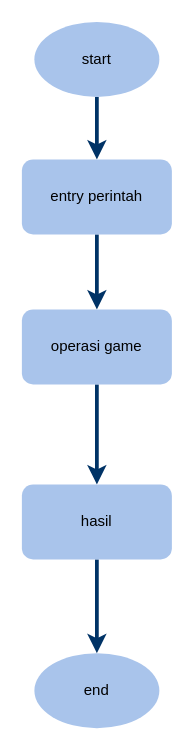
Before: page "sistem" (3 of 4) of sistem Diagram.drawio in novianh/database-smt-1, a draw.io diagram. Source tidied: cells renumbered, new cells numbered last; positions are measured from the earlier drawing's top-left corner, leaving out a move shared by most shapes. Both pictures are drawn from the tidied source at 125%, with x=0, y=0 at pixel (21, 21).
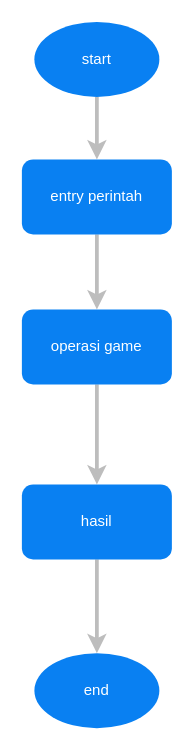
Above is the later version.

What changed in the source:
```diff
@@
 <mxGraphModel>
   <root>
     <mxCell id="0" />
     <mxCell id="1" parent="0" />
-    <mxCell id="2" style="edgeStyle=orthogonalEdgeStyle;jettySize=auto;html=1;strokeColor=#003366;rounded=1;strokeWidth=3;" parent="1" edge="1" source="3" target="6">
+    <mxCell id="2" style="edgeStyle=orthogonalEdgeStyle;jettySize=auto;html=1;rounded=1;strokeWidth=3;fontColor=#FFFFFF;strokeColor=#BDBDBD;" parent="1" edge="1" source="3" target="6">
       <mxGeometry relative="1" as="geometry" />
     </mxCell>
-    <mxCell id="3" value="start" style="strokeWidth=2;html=1;shape=mxgraph.flowchart.start_1;whiteSpace=wrap;fillColor=#A9C4EB;strokeColor=none;" parent="1" vertex="1">
+    <mxCell id="3" value="start" style="strokeWidth=2;html=1;shape=mxgraph.flowchart.start_1;whiteSpace=wrap;strokeColor=none;fillColor=#0980F2;fontColor=#FFFFFF;" parent="1" vertex="1">
       <mxGeometry x="10" width="100" height="60" as="geometry" />
     </mxCell>
-    <mxCell id="4" value="end" style="strokeWidth=2;html=1;shape=mxgraph.flowchart.start_1;whiteSpace=wrap;fillColor=#A9C4EB;strokeColor=none;" parent="1" vertex="1">
+    <mxCell id="4" value="end" style="strokeWidth=2;html=1;shape=mxgraph.flowchart.start_1;whiteSpace=wrap;strokeColor=none;fillColor=#0980F2;fontColor=#FFFFFF;" parent="1" vertex="1">
       <mxGeometry x="10" y="505" width="100" height="60" as="geometry" />
     </mxCell>
-    <mxCell id="5" style="edgeStyle=orthogonalEdgeStyle;jettySize=auto;html=1;strokeColor=#003366;rounded=1;strokeWidth=3;" parent="1" edge="1" source="6" target="8">
+    <mxCell id="5" style="edgeStyle=orthogonalEdgeStyle;jettySize=auto;html=1;rounded=1;strokeWidth=3;fontColor=#FFFFFF;strokeColor=#BDBDBD;" parent="1" edge="1" source="6" target="8">
       <mxGeometry relative="1" as="geometry" />
     </mxCell>
-    <mxCell id="6" value="entry perintah" style="rounded=1;whiteSpace=wrap;html=1;fillColor=#A9C4EB;strokeColor=none;" parent="1" vertex="1">
+    <mxCell id="6" value="entry perintah" style="rounded=1;whiteSpace=wrap;html=1;strokeColor=none;fillColor=#0980F2;fontColor=#FFFFFF;" parent="1" vertex="1">
       <mxGeometry y="110" width="120" height="60" as="geometry" />
     </mxCell>
-    <mxCell id="7" style="edgeStyle=orthogonalEdgeStyle;jettySize=auto;html=1;strokeColor=#003366;rounded=1;strokeWidth=3;" parent="1" edge="1" source="8" target="10">
+    <mxCell id="7" style="edgeStyle=orthogonalEdgeStyle;jettySize=auto;html=1;rounded=1;strokeWidth=3;fontColor=#FFFFFF;strokeColor=#BDBDBD;" parent="1" edge="1" source="8" target="10">
       <mxGeometry relative="1" as="geometry" />
     </mxCell>
-    <mxCell id="8" value="operasi game" style="rounded=1;whiteSpace=wrap;html=1;fillColor=#A9C4EB;strokeColor=none;" parent="1" vertex="1">
+    <mxCell id="8" value="operasi game" style="rounded=1;whiteSpace=wrap;html=1;strokeColor=none;fillColor=#0980F2;fontColor=#FFFFFF;" parent="1" vertex="1">
       <mxGeometry y="230" width="120" height="60" as="geometry" />
     </mxCell>
-    <mxCell id="9" style="edgeStyle=orthogonalEdgeStyle;jettySize=auto;html=1;strokeColor=#003366;rounded=1;strokeWidth=3;" parent="1" edge="1" source="10" target="4">
+    <mxCell id="9" style="edgeStyle=orthogonalEdgeStyle;jettySize=auto;html=1;rounded=1;strokeWidth=3;fontColor=#FFFFFF;strokeColor=#BDBDBD;" parent="1" edge="1" source="10" target="4">
       <mxGeometry relative="1" as="geometry" />
     </mxCell>
-    <mxCell id="10" value="hasil" style="rounded=1;whiteSpace=wrap;html=1;fillColor=#A9C4EB;strokeColor=none;" parent="1" vertex="1">
+    <mxCell id="10" value="hasil" style="rounded=1;whiteSpace=wrap;html=1;strokeColor=none;fillColor=#0980F2;fontColor=#FFFFFF;" parent="1" vertex="1">
       <mxGeometry y="370" width="120" height="60" as="geometry" />
     </mxCell>
   </root>
 </mxGraphModel>
```
